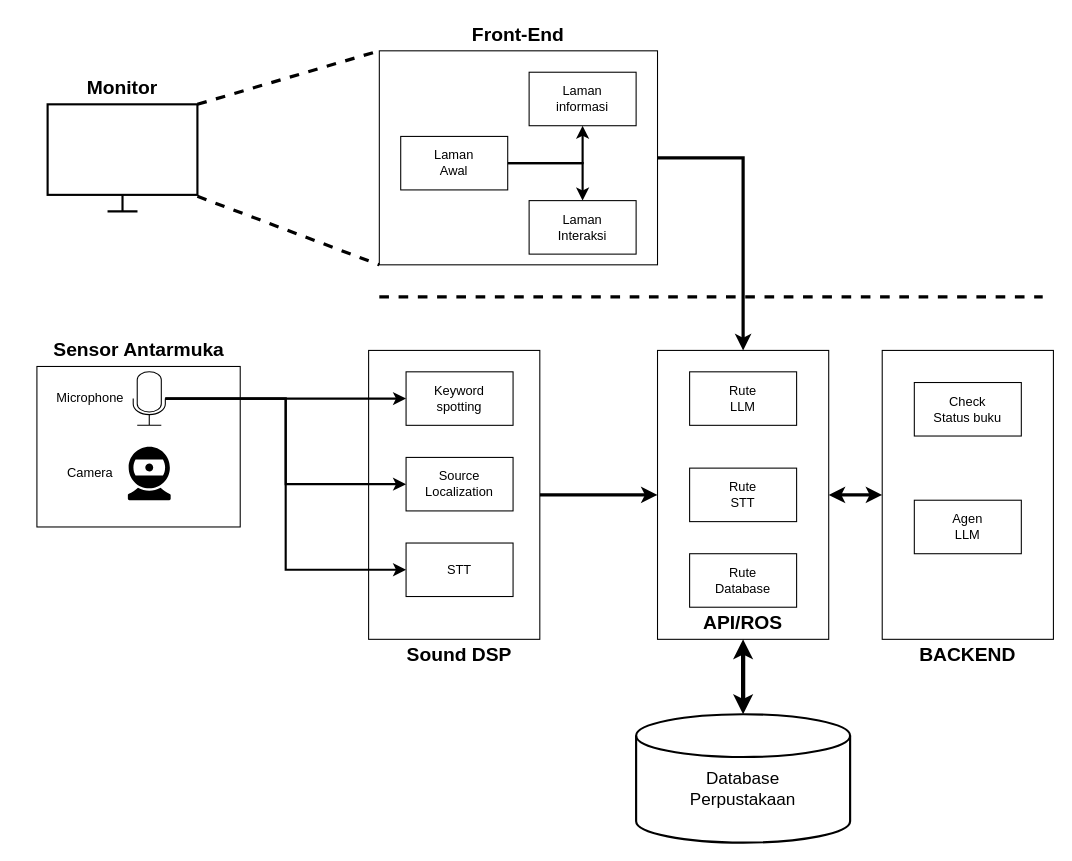
Above: page "high level code" (2 of 3) of docs/Library robotics.drawio in Zaiman22/Library-Robotics (draw.io), before the change. Source tidied: cells renumbered, new cells numbered last; positions are measured from the earlier drawing's top-left corner, leaving out a move shared by most shapes. Both pictures are drawn from the tidied source at 107%, with x=0, y=0 at pixel (17, 18).
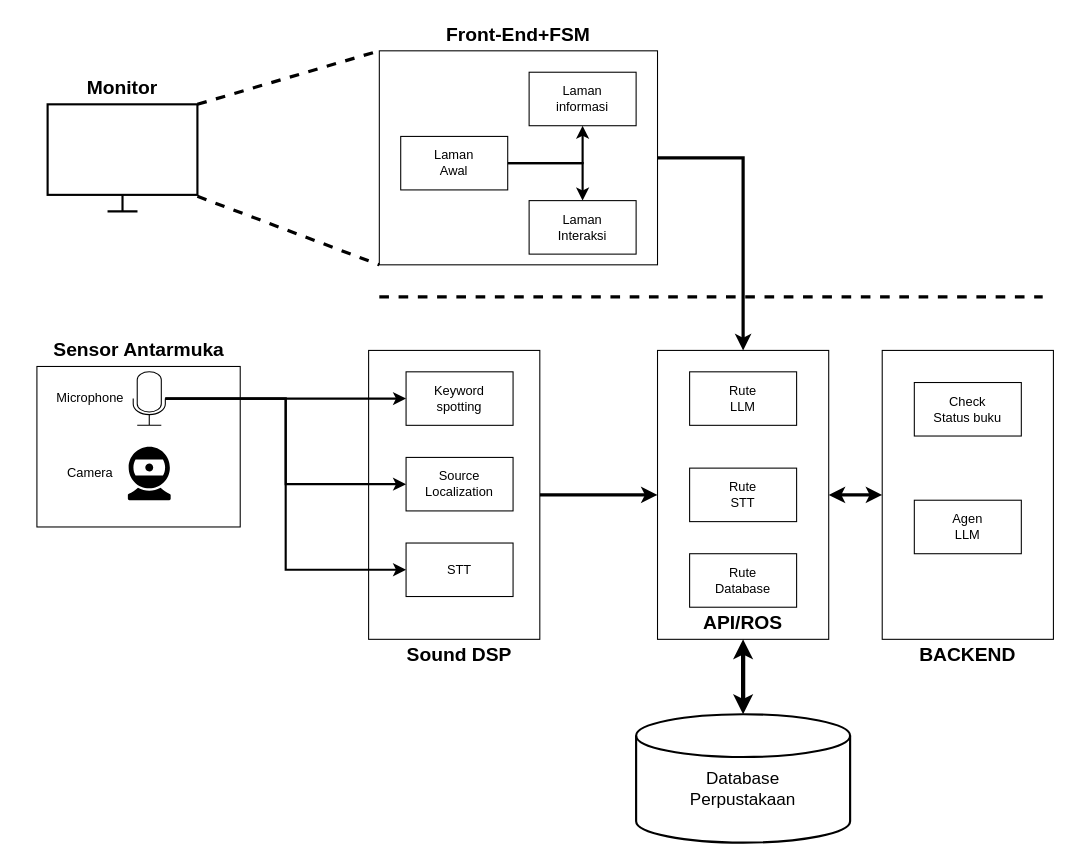
Above is the later version.

What changed in the source:
```diff
@@
-    <mxCell id="9" value="Front-End" style="text;html=1;whiteSpace=wrap;strokeColor=none;fillColor=none;align=center;verticalAlign=middle;rounded=0;fontSize=18;fontStyle=1;" parent="1" vertex="1">
-      <mxGeometry x="408" width="120" height="30" as="geometry" />
+    <mxCell id="9" value="Front-End+FSM" style="text;html=1;whiteSpace=wrap;strokeColor=none;fillColor=none;align=center;verticalAlign=middle;rounded=0;fontSize=18;fontStyle=1;" parent="1" vertex="1">
+      <mxGeometry x="393" width="150" height="30" as="geometry" />
     </mxCell>
```
